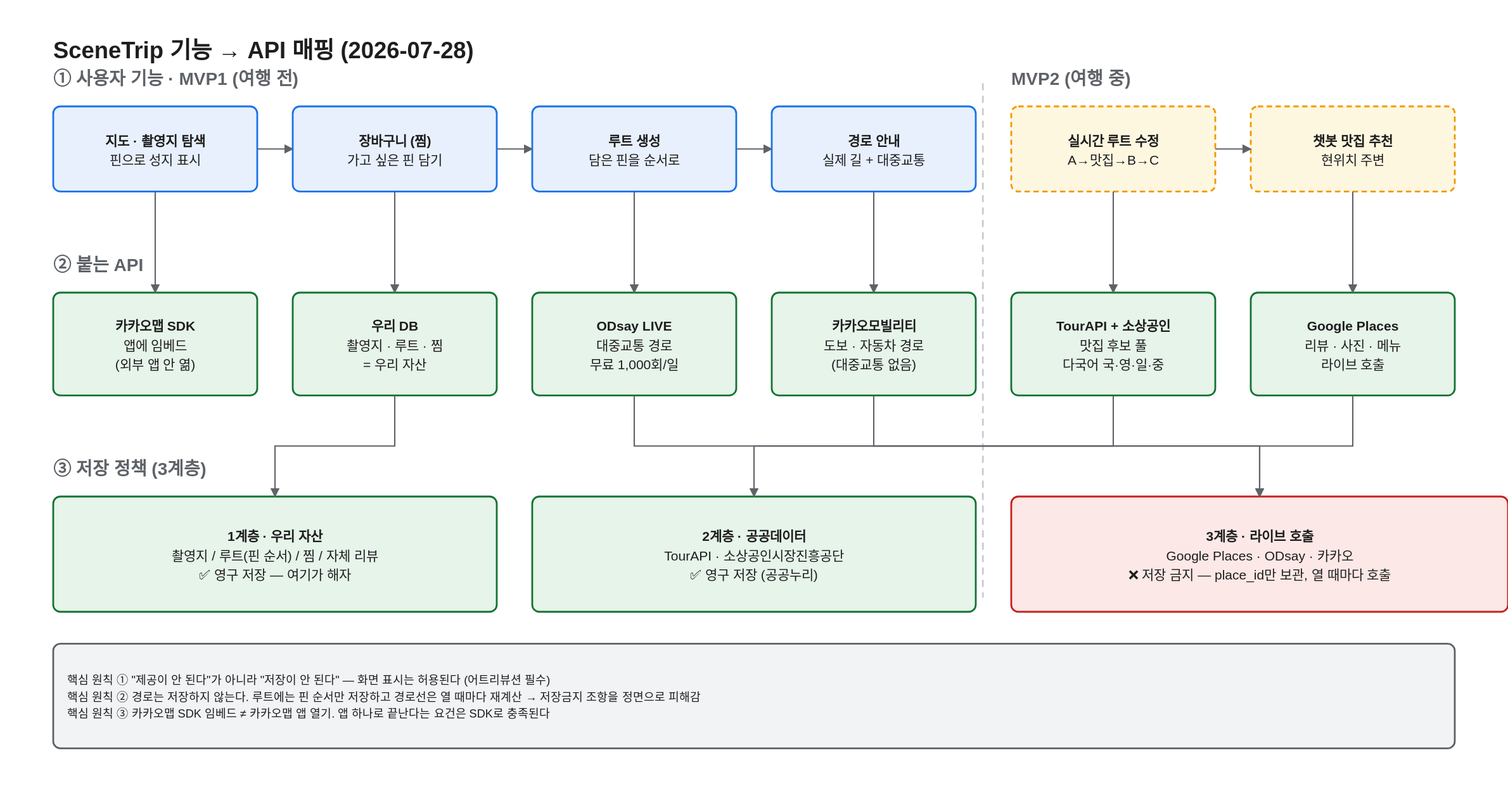
Before: 01_Raw/정승길/아키텍처/SceneTrip 기능-API 아키텍처.drawio.svg, a diagram exported from draw.io (kyjii900098/mz2az). Source tidied: cells renumbered, new cells last; positions are measured from the earlier drawing's top-left corner, leaving out a move shared by most shapes.
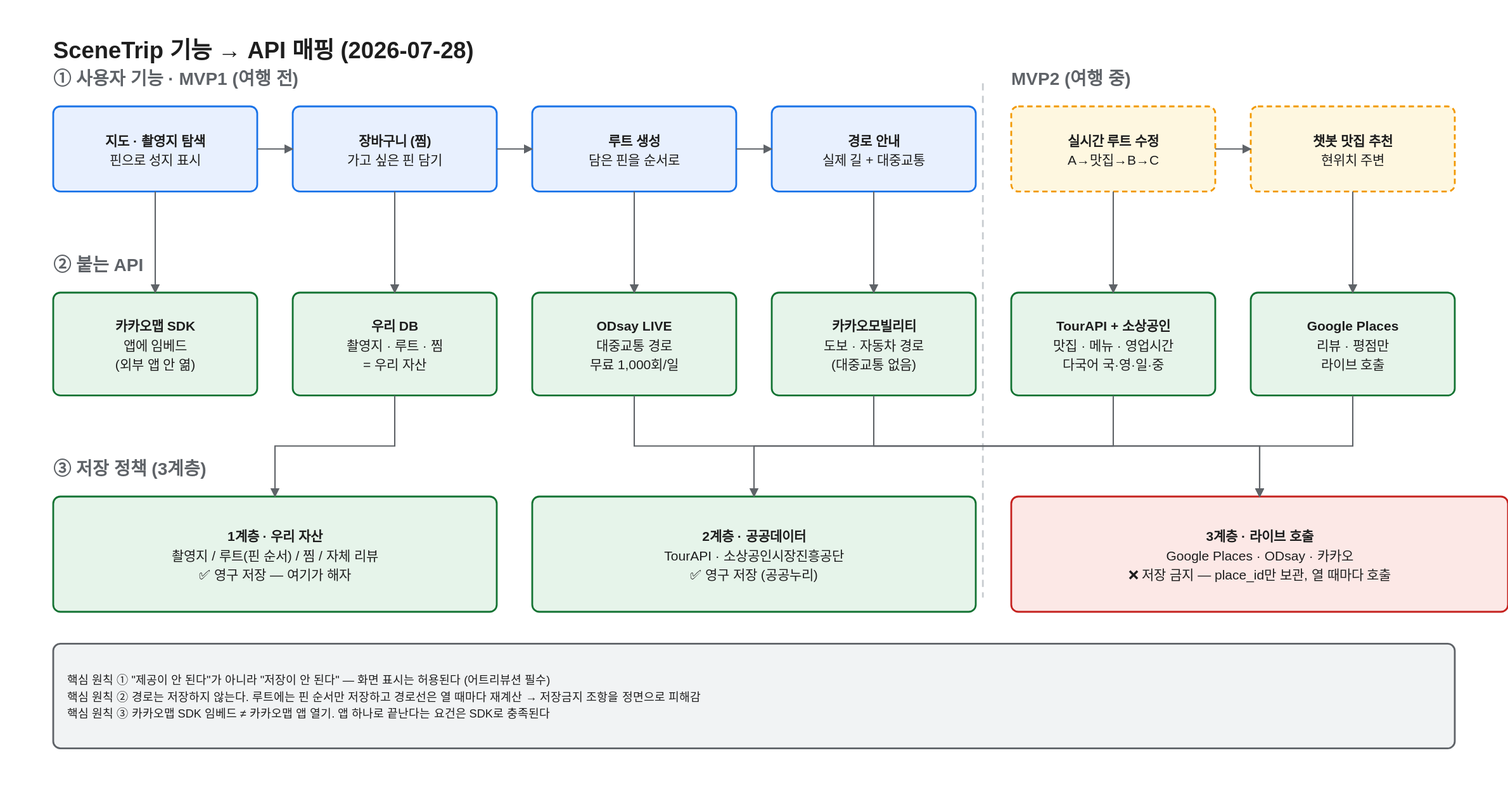
Above is the later version.

Diff of the diagram source:
```diff
@@ -50,10 +50,10 @@
     <mxCell id="17" value="카카오모빌리티&#10;도보 · 자동차 경로&#10;(대중교통 없음)" style="rounded=1;whiteSpace=wrap;html=1;fillColor=#e6f4ea;strokeColor=#137333;fontSize=15;verticalAlign=middle;align=center;" parent="1" vertex="1">
       <mxGeometry x="810" y="290" width="230" height="116" as="geometry" />
     </mxCell>
-    <mxCell id="18" value="TourAPI + 소상공인&#10;맛집 후보 풀&#10;다국어 국·영·일·중" style="rounded=1;whiteSpace=wrap;html=1;fillColor=#e6f4ea;strokeColor=#137333;fontSize=15;verticalAlign=middle;align=center;" parent="1" vertex="1">
+    <mxCell id="18" value="TourAPI + 소상공인&#10;맛집 · 메뉴 · 영업시간&#10;다국어 국·영·일·중" style="rounded=1;whiteSpace=wrap;html=1;fillColor=#e6f4ea;strokeColor=#137333;fontSize=15;verticalAlign=middle;align=center;" parent="1" vertex="1">
       <mxGeometry x="1080" y="290" width="230" height="116" as="geometry" />
     </mxCell>
-    <mxCell id="19" value="Google Places&#10;리뷰 · 사진 · 메뉴&#10;라이브 호출" style="rounded=1;whiteSpace=wrap;html=1;fillColor=#e6f4ea;strokeColor=#137333;fontSize=15;verticalAlign=middle;align=center;" parent="1" vertex="1">
+    <mxCell id="19" value="Google Places&#10;리뷰 · 평점만&#10;라이브 호출" style="rounded=1;whiteSpace=wrap;html=1;fillColor=#e6f4ea;strokeColor=#137333;fontSize=15;verticalAlign=middle;align=center;" parent="1" vertex="1">
       <mxGeometry x="1350" y="290" width="230" height="116" as="geometry" />
     </mxCell>
     <mxCell id="20" value="1계층 · 우리 자산&#10;촬영지 / 루트(핀 순서) / 찜 / 자체 리뷰&#10;✅ 영구 저장 — 여기가 해자" style="rounded=1;whiteSpace=wrap;html=1;fillColor=#e6f4ea;strokeColor=#137333;fontSize=15;verticalAlign=middle;align=center;" parent="1" vertex="1">
```
